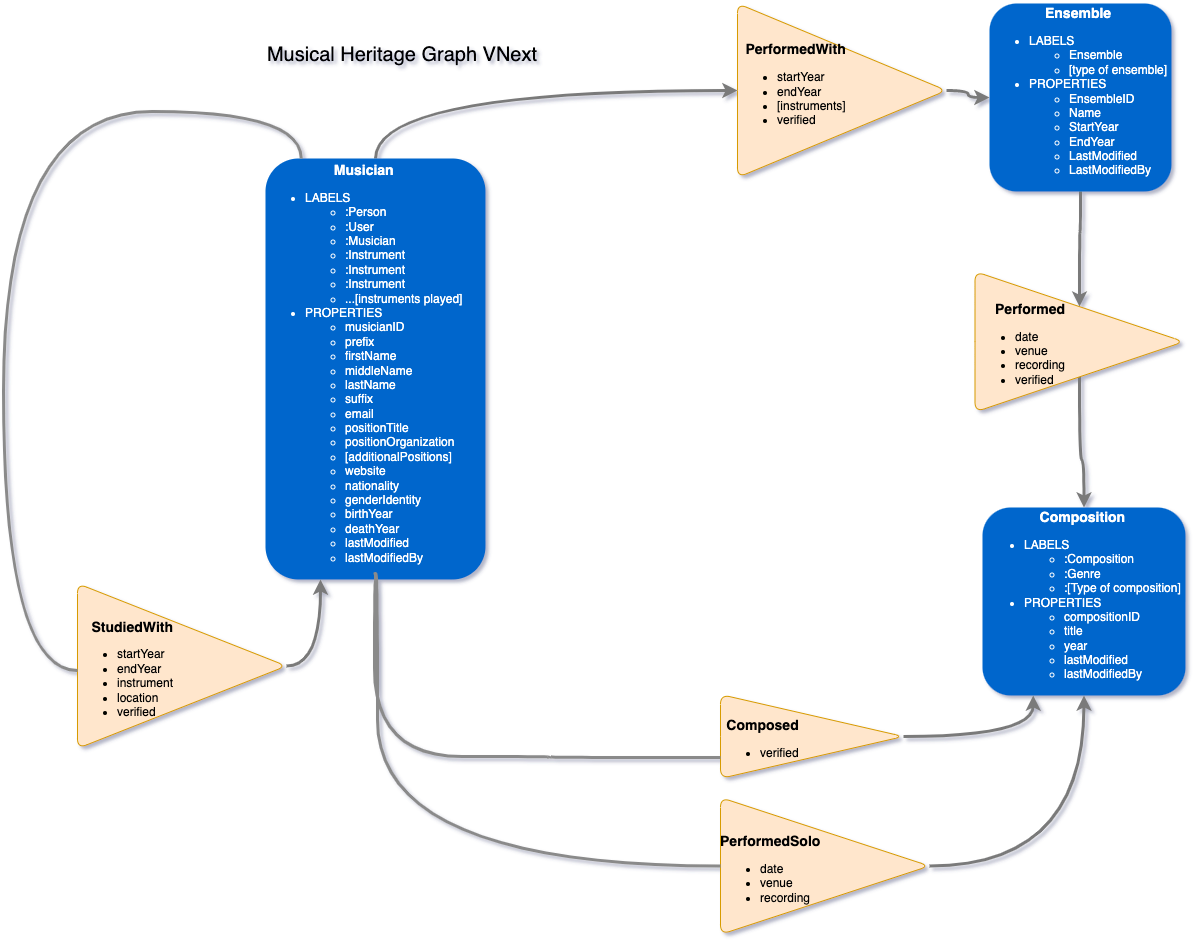
This is README.assets/Musical Heritage Model-VNext.png from greyshore/MusicTree.Me, a draw.io export, as it was before one commit. Source tidied: cells renumbered, new cells last; positions are measured from the earlier drawing's top-left corner, leaving out a move shared by most shapes.
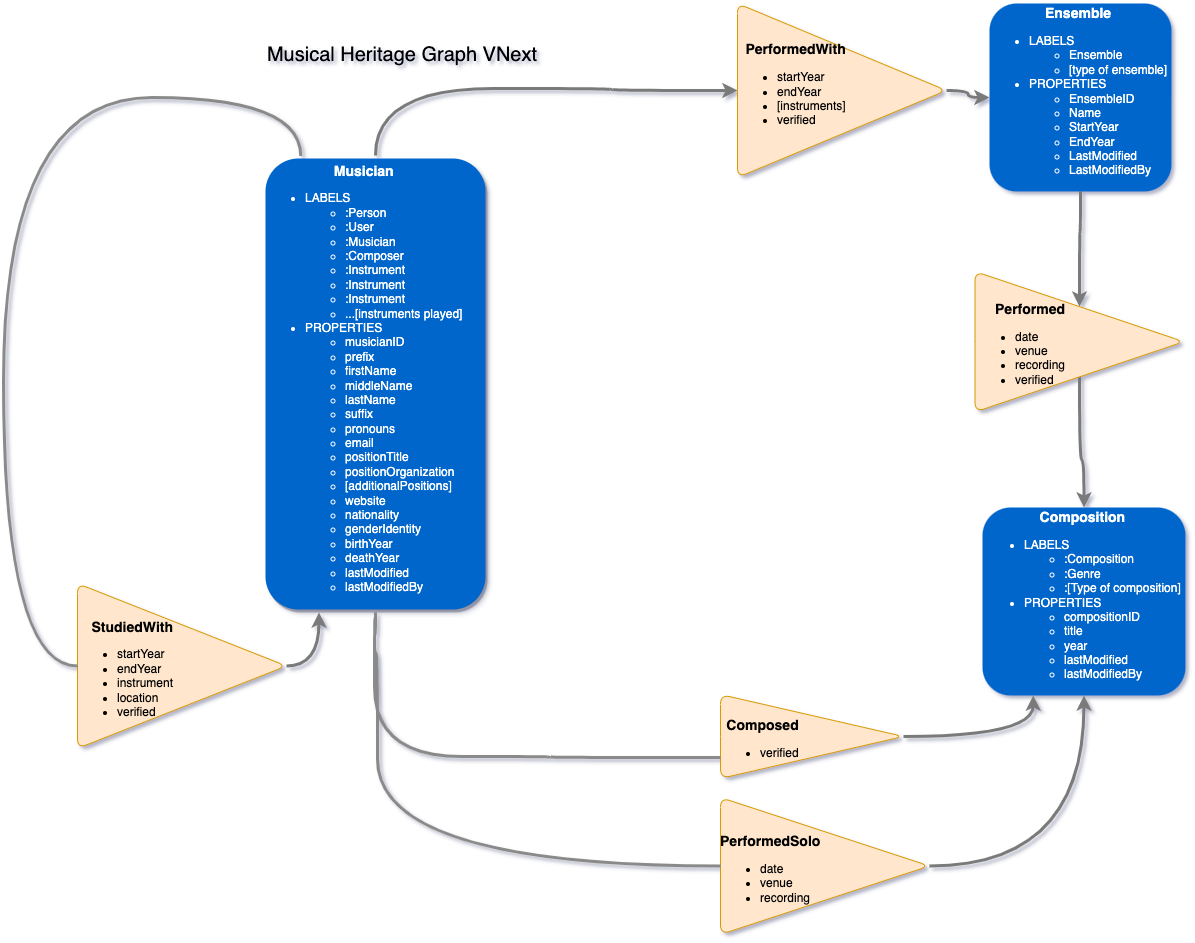
After the change.

Commit message:
paula #10 added pronound property and Composer label

Change to the diagram source:
```diff
@@ -1,12 +1,18 @@
-<mxGraphModel>
+<mxGraphModel shadow="1">
   <root>
     <mxCell id="0" />
     <mxCell id="1" parent="0" />
     <mxCell id="2" style="edgeStyle=orthogonalEdgeStyle;curved=1;rounded=0;jettySize=auto;html=1;entryX=0;entryY=0.5;entryDx=0;entryDy=0;fontSize=20;strokeColor=#7A7A7A;strokeWidth=3;exitX=0.5;exitY=0;exitDx=0;exitDy=0;" parent="1" edge="1" source="3" target="12">
-      <mxGeometry relative="1" as="geometry" />
+      <mxGeometry relative="1" as="geometry">
+        <Array as="points">
+          <mxPoint x="372" y="85" />
+          <mxPoint x="608" y="85" />
+          <mxPoint x="608" y="87" />
+        </Array>
+      </mxGeometry>
     </mxCell>
-    <mxCell id="3" value="&lt;div style=&quot;text-align: center&quot;&gt;&lt;b&gt;&lt;font style=&quot;font-size: 14px&quot;&gt;Musician&lt;/font&gt;&lt;/b&gt;&lt;/div&gt;&lt;ul&gt;&lt;li&gt;LABELS&lt;/li&gt;&lt;ul&gt;&lt;li&gt;:Person&lt;/li&gt;&lt;li&gt;:User&lt;/li&gt;&lt;li&gt;:Musician&lt;/li&gt;&lt;li&gt;:Instrument&lt;/li&gt;&lt;li&gt;:Instrument&lt;/li&gt;&lt;li&gt;:Instrument&lt;/li&gt;&lt;li&gt;...[instruments played]&lt;/li&gt;&lt;/ul&gt;&lt;li&gt;PROPERTIES&lt;/li&gt;&lt;ul&gt;&lt;li&gt;musicianID&lt;/li&gt;&lt;li&gt;prefix&lt;/li&gt;&lt;li&gt;firstName&lt;/li&gt;&lt;li&gt;middleName&lt;/li&gt;&lt;li&gt;lastName&lt;/li&gt;&lt;li&gt;suffix&lt;/li&gt;&lt;li&gt;email&lt;/li&gt;&lt;li&gt;positionTitle&lt;/li&gt;&lt;li&gt;positionOrganization&lt;/li&gt;&lt;li&gt;[additionalPositions]&lt;/li&gt;&lt;li&gt;website&lt;/li&gt;&lt;li&gt;nationality&lt;/li&gt;&lt;li&gt;genderIdentity&lt;/li&gt;&lt;li&gt;birthYear&lt;/li&gt;&lt;li&gt;deathYear&lt;/li&gt;&lt;li&gt;lastModified&lt;/li&gt;&lt;li&gt;lastModifiedBy&lt;/li&gt;&lt;/ul&gt;&lt;/ul&gt;" style="rounded=1;fillColor=#0066CC;strokeColor=none;strokeWidth=3;shadow=0;html=1;fontColor=#FFFFFF;spacing=0;align=left;" parent="1" vertex="1">
-      <mxGeometry x="262" y="155" width="220" height="421" as="geometry" />
+    <mxCell id="3" value="&lt;div style=&quot;text-align: center&quot;&gt;&lt;b&gt;&lt;font style=&quot;font-size: 14px&quot;&gt;Musician&lt;/font&gt;&lt;/b&gt;&lt;/div&gt;&lt;ul&gt;&lt;li&gt;LABELS&lt;/li&gt;&lt;ul&gt;&lt;li&gt;:Person&lt;/li&gt;&lt;li&gt;:User&lt;/li&gt;&lt;li&gt;:Musician&lt;/li&gt;&lt;li&gt;:Composer&lt;/li&gt;&lt;li&gt;:Instrument&lt;/li&gt;&lt;li&gt;:Instrument&lt;/li&gt;&lt;li&gt;:Instrument&lt;/li&gt;&lt;li&gt;...[instruments played]&lt;/li&gt;&lt;/ul&gt;&lt;li&gt;PROPERTIES&lt;/li&gt;&lt;ul&gt;&lt;li&gt;musicianID&lt;/li&gt;&lt;li&gt;prefix&lt;/li&gt;&lt;li&gt;firstName&lt;/li&gt;&lt;li&gt;middleName&lt;/li&gt;&lt;li&gt;lastName&lt;/li&gt;&lt;li&gt;suffix&lt;/li&gt;&lt;li&gt;pronouns&lt;/li&gt;&lt;li&gt;email&lt;/li&gt;&lt;li&gt;positionTitle&lt;/li&gt;&lt;li&gt;positionOrganization&lt;/li&gt;&lt;li&gt;[additionalPositions]&lt;/li&gt;&lt;li&gt;website&lt;/li&gt;&lt;li&gt;nationality&lt;/li&gt;&lt;li&gt;genderIdentity&lt;/li&gt;&lt;li&gt;birthYear&lt;/li&gt;&lt;li&gt;deathYear&lt;/li&gt;&lt;li&gt;lastModified&lt;/li&gt;&lt;li&gt;lastModifiedBy&lt;/li&gt;&lt;/ul&gt;&lt;/ul&gt;" style="rounded=1;fillColor=#0066CC;strokeColor=none;strokeWidth=3;shadow=1;html=1;fontColor=#FFFFFF;spacing=0;align=left;perimeterSpacing=3;" parent="1" vertex="1">
+      <mxGeometry x="262" y="155" width="220" height="451" as="geometry" />
     </mxCell>
     <mxCell id="4" style="edgeStyle=orthogonalEdgeStyle;rounded=0;jettySize=auto;html=1;exitX=1;exitY=0.5;exitDx=0;exitDy=0;entryX=0.25;entryY=1;entryDx=0;entryDy=0;curved=1;strokeColor=#7A7A7A;strokeWidth=3;" parent="1" edge="1" source="5" target="3">
       <mxGeometry relative="1" as="geometry" />
@@ -14,12 +20,12 @@
     <mxCell id="5" value="&lt;div style=&quot;text-align: right&quot;&gt;&lt;b style=&quot;font-size: 14px&quot;&gt;&lt;br&gt;&lt;/b&gt;&lt;/div&gt;&lt;div style=&quot;text-align: right&quot;&gt;&lt;b style=&quot;font-size: 14px&quot;&gt;&amp;nbsp; StudiedWith&lt;/b&gt;&lt;br&gt;&lt;/div&gt;&lt;ul&gt;&lt;li&gt;&lt;span&gt;startYear&lt;/span&gt;&lt;/li&gt;&lt;li&gt;&lt;span&gt;endYear&lt;/span&gt;&lt;/li&gt;&lt;li&gt;&lt;span&gt;instrument&lt;/span&gt;&lt;/li&gt;&lt;li&gt;&lt;span&gt;location&lt;/span&gt;&lt;/li&gt;&lt;li&gt;&lt;span&gt;verified&lt;/span&gt;&lt;/li&gt;&lt;/ul&gt;" style="triangle;whiteSpace=wrap;html=1;align=left;fillColor=#ffe6cc;strokeColor=#d79b00;rounded=1;spacing=0;" parent="1" vertex="1">
       <mxGeometry x="74" y="580" width="209" height="165" as="geometry" />
     </mxCell>
-    <mxCell id="6" style="edgeStyle=orthogonalEdgeStyle;rounded=1;jettySize=auto;html=1;endArrow=none;curved=1;strokeWidth=3;strokeColor=#8A8A8A;exitX=0.162;exitY=0;exitDx=0;exitDy=0;exitPerimeter=0;" parent="1" edge="1" source="3" target="5">
+    <mxCell id="6" style="edgeStyle=orthogonalEdgeStyle;rounded=1;jettySize=auto;html=1;endArrow=none;curved=1;strokeWidth=3;strokeColor=#8A8A8A;exitX=0.169;exitY=0.001;exitDx=0;exitDy=0;exitPerimeter=0;entryX=0;entryY=0.5;entryDx=0;entryDy=0;" parent="1" edge="1" source="3" target="5">
       <mxGeometry relative="1" as="geometry">
         <Array as="points">
-          <mxPoint x="297" y="108" />
-          <mxPoint y="108" />
-          <mxPoint y="667" />
+          <mxPoint x="297" y="94" />
+          <mxPoint y="94" />
+          <mxPoint y="663" />
         </Array>
       </mxGeometry>
     </mxCell>
@@ -53,22 +59,25 @@
     <mxCell id="16" value="&lt;div style=&quot;text-align: right&quot;&gt;&lt;b style=&quot;font-size: 14px&quot;&gt;&amp;nbsp;&amp;nbsp;&lt;/b&gt;&lt;/div&gt;&lt;div style=&quot;text-align: right&quot;&gt;&lt;b style=&quot;font-size: 14px&quot;&gt;PerformedSolo&lt;/b&gt;&lt;/div&gt;&lt;ul&gt;&lt;li&gt;date&lt;/li&gt;&lt;li&gt;venue&lt;/li&gt;&lt;li&gt;recording&lt;/li&gt;&lt;/ul&gt;" style="triangle;whiteSpace=wrap;html=1;align=left;fillColor=#ffe6cc;strokeColor=#d79b00;rounded=1;spacing=0;" parent="1" vertex="1">
       <mxGeometry x="717" y="794" width="209" height="137" as="geometry" />
     </mxCell>
-    <mxCell id="17" style="edgeStyle=orthogonalEdgeStyle;rounded=1;jettySize=auto;html=1;endArrow=none;curved=1;exitX=0.5;exitY=1;exitDx=0;exitDy=0;strokeWidth=3;strokeColor=#8A8A8A;entryX=0;entryY=0.75;entryDx=0;entryDy=0;" parent="1" edge="1" source="3" target="14">
+    <mxCell id="17" style="edgeStyle=orthogonalEdgeStyle;rounded=1;jettySize=auto;html=1;endArrow=none;curved=1;strokeWidth=3;strokeColor=#8A8A8A;entryX=0;entryY=0.75;entryDx=0;entryDy=0;exitX=0.5;exitY=1;exitDx=0;exitDy=0;" parent="1" edge="1" source="3" target="14">
       <mxGeometry relative="1" as="geometry">
         <Array as="points">
+          <mxPoint x="372" y="614" />
+          <mxPoint x="371" y="614" />
           <mxPoint x="371" y="753" />
           <mxPoint x="546" y="753" />
           <mxPoint x="546" y="754" />
         </Array>
       </mxGeometry>
     </mxCell>
-    <mxCell id="18" style="edgeStyle=orthogonalEdgeStyle;rounded=1;jettySize=auto;html=1;endArrow=none;curved=1;exitX=0.5;exitY=1;exitDx=0;exitDy=0;strokeWidth=3;strokeColor=#8A8A8A;entryX=0;entryY=0.5;entryDx=0;entryDy=0;" parent="1" edge="1" source="3" target="16">
+    <mxCell id="18" style="edgeStyle=orthogonalEdgeStyle;rounded=1;jettySize=auto;html=1;endArrow=none;curved=1;strokeWidth=3;strokeColor=#8A8A8A;entryX=0;entryY=0.5;entryDx=0;entryDy=0;exitX=0.5;exitY=1;exitDx=0;exitDy=0;" parent="1" edge="1" source="3" target="16">
       <mxGeometry relative="1" as="geometry">
         <Array as="points">
-          <mxPoint x="371" y="570" />
-          <mxPoint x="374" y="570" />
-          <mxPoint x="374" y="862" />
-          <mxPoint x="717" y="862" />
+          <mxPoint x="372" y="632" />
+          <mxPoint x="371" y="632" />
+          <mxPoint x="371" y="649" />
+          <mxPoint x="374" y="649" />
+          <mxPoint x="374" y="863" />
         </Array>
       </mxGeometry>
     </mxCell>
```
